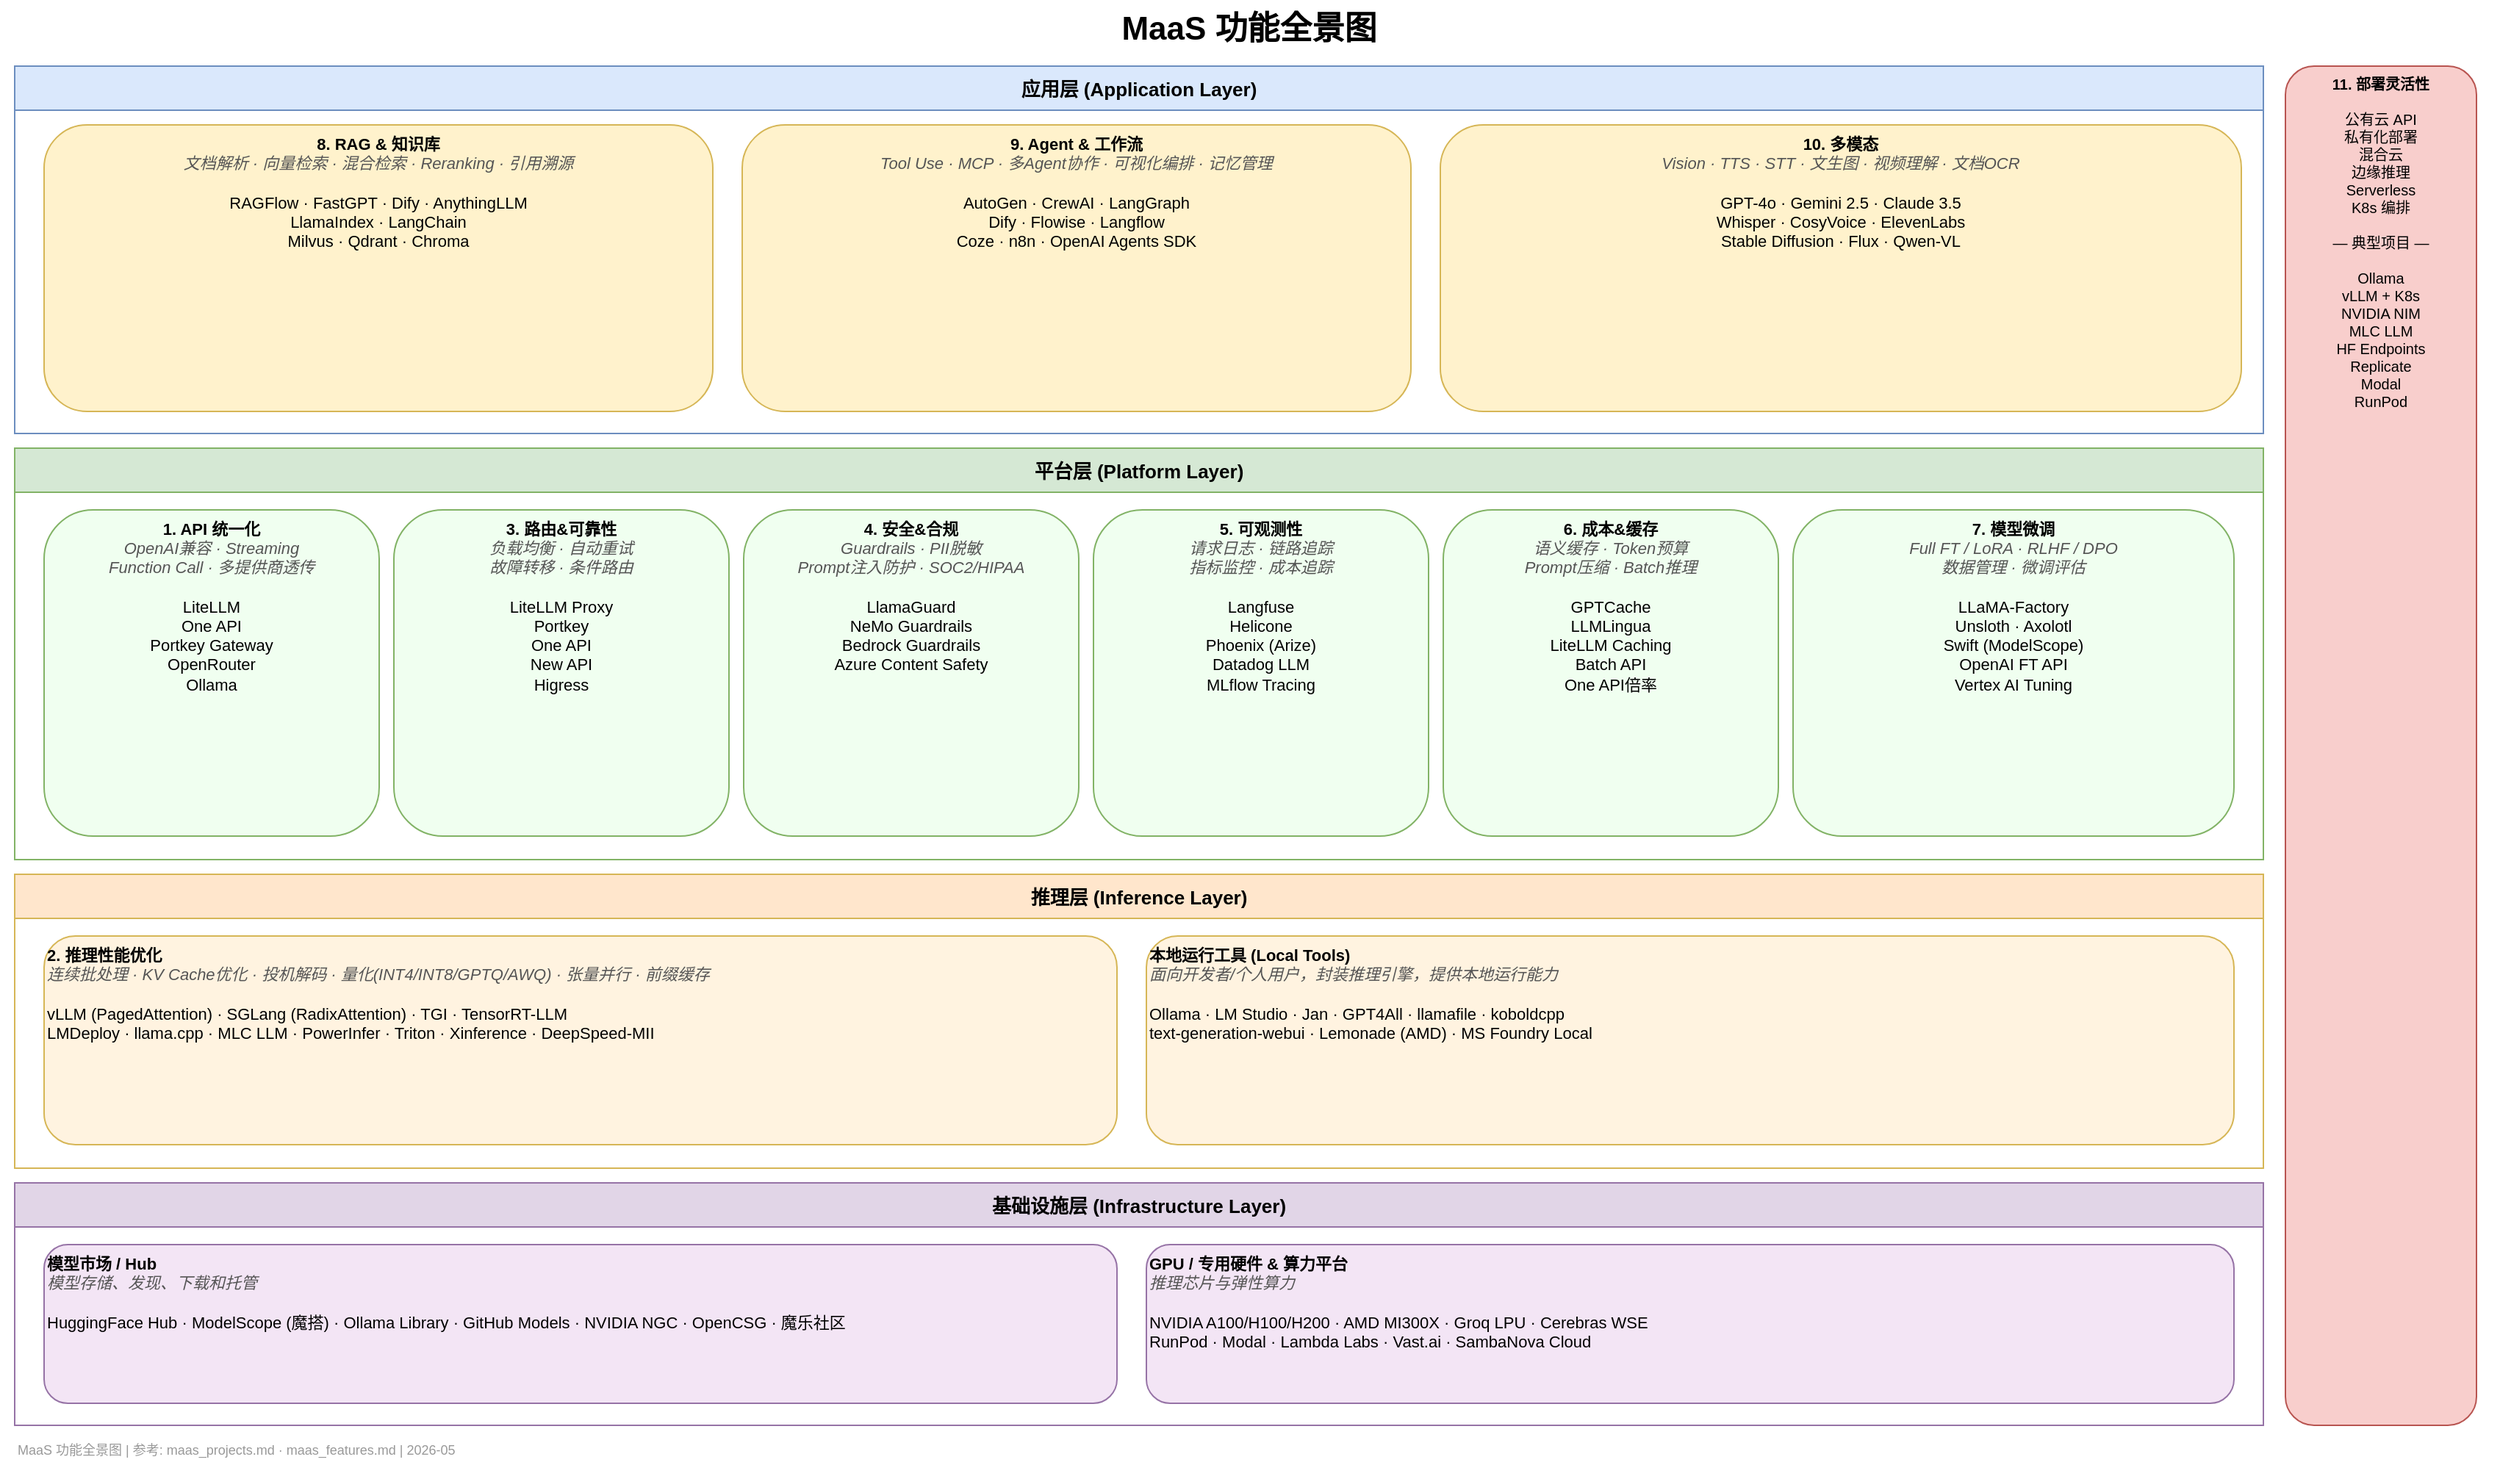
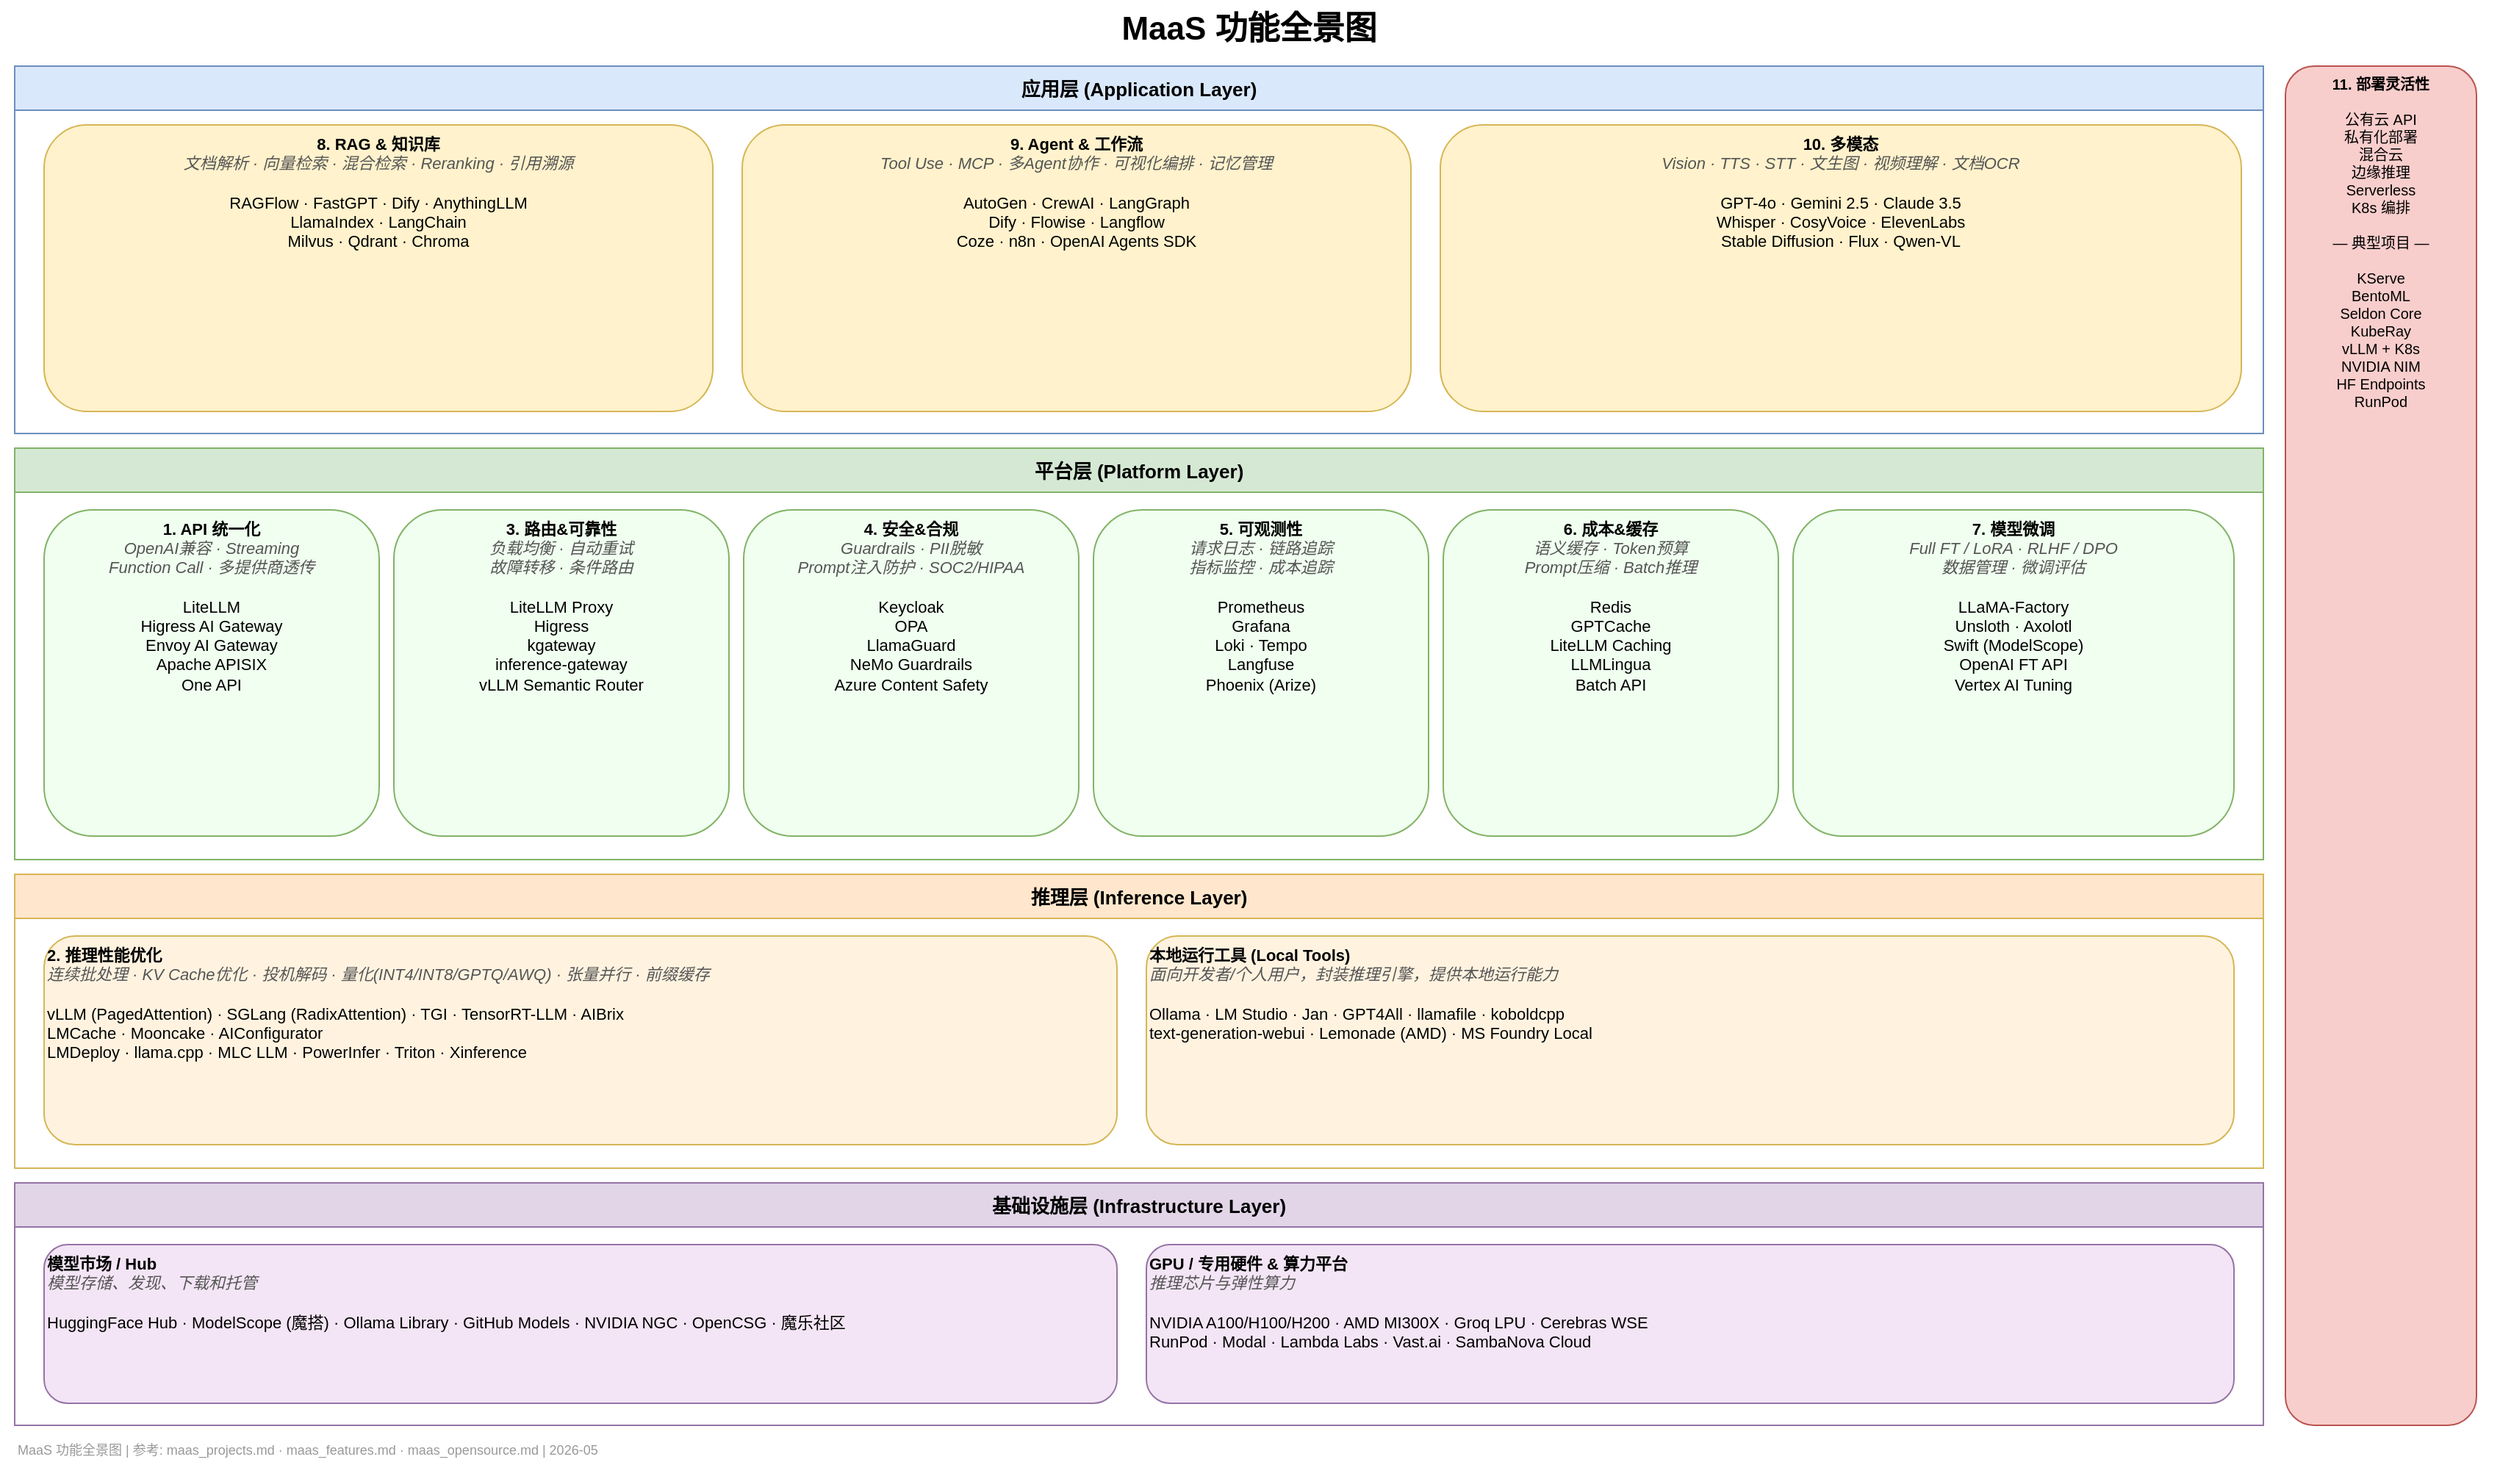
<?xml version="1.0" encoding="UTF-8"?>
<mxfile host="app.diagrams.net" modified="2026-05-18T00:00:00.000Z" version="21.0.8">
  <diagram id="maas-feature-landscape" name="MaaS功能全景">
    <mxGraphModel dx="1422" dy="762" grid="0" gridSize="10" guides="1" tooltips="1" connect="1" arrows="1" fold="1" page="0" pageScale="1" pageWidth="1700" pageHeight="1010" math="0" shadow="0">
      <root>
        <mxCell id="0" />
        <mxCell id="1" parent="0" />

        <!-- Title -->
        <mxCell id="2" value="MaaS 功能全景图" style="text;html=1;strokeColor=none;fillColor=none;align=center;verticalAlign=middle;whiteSpace=wrap;fontSize=22;fontStyle=1;" vertex="1" parent="1">
          <mxGeometry x="0" y="10" width="1700" height="40" as="geometry" />
        </mxCell>

        <!-- ═══════════ Application Layer ═══════════ -->
        <mxCell id="3" value="应用层  (Application Layer)" style="swimlane;fillColor=#dae8fc;strokeColor=#6c8ebf;fontStyle=1;fontSize=13;startSize=30;" vertex="1" parent="1">
          <mxGeometry x="10" y="55" width="1530" height="250" as="geometry" />
        </mxCell>

        <mxCell id="11" value="&lt;b&gt;8. RAG &amp; 知识库&lt;/b&gt;&lt;br&gt;&lt;font color=&quot;#555555&quot;&gt;&lt;i&gt;文档解析 · 向量检索 · 混合检索 · Reranking · 引用溯源&lt;/i&gt;&lt;/font&gt;&lt;br&gt;&lt;br&gt;RAGFlow · FastGPT · Dify · AnythingLLM&lt;br&gt;LlamaIndex · LangChain&lt;br&gt;Milvus · Qdrant · Chroma" style="rounded=1;whiteSpace=wrap;html=1;fillColor=#fff2cc;strokeColor=#d6b656;verticalAlign=top;fontSize=11;" vertex="1" parent="3">
          <mxGeometry x="20" y="40" width="455" height="195" as="geometry" />
        </mxCell>

        <mxCell id="12" value="&lt;b&gt;9. Agent &amp; 工作流&lt;/b&gt;&lt;br&gt;&lt;font color=&quot;#555555&quot;&gt;&lt;i&gt;Tool Use · MCP · 多Agent协作 · 可视化编排 · 记忆管理&lt;/i&gt;&lt;/font&gt;&lt;br&gt;&lt;br&gt;AutoGen · CrewAI · LangGraph&lt;br&gt;Dify · Flowise · Langflow&lt;br&gt;Coze · n8n · OpenAI Agents SDK" style="rounded=1;whiteSpace=wrap;html=1;fillColor=#fff2cc;strokeColor=#d6b656;verticalAlign=top;fontSize=11;" vertex="1" parent="3">
          <mxGeometry x="495" y="40" width="455" height="195" as="geometry" />
        </mxCell>

        <mxCell id="13" value="&lt;b&gt;10. 多模态&lt;/b&gt;&lt;br&gt;&lt;font color=&quot;#555555&quot;&gt;&lt;i&gt;Vision · TTS · STT · 文生图 · 视频理解 · 文档OCR&lt;/i&gt;&lt;/font&gt;&lt;br&gt;&lt;br&gt;GPT-4o · Gemini 2.5 · Claude 3.5&lt;br&gt;Whisper · CosyVoice · ElevenLabs&lt;br&gt;Stable Diffusion · Flux · Qwen-VL" style="rounded=1;whiteSpace=wrap;html=1;fillColor=#fff2cc;strokeColor=#d6b656;verticalAlign=top;fontSize=11;" vertex="1" parent="3">
          <mxGeometry x="970" y="40" width="545" height="195" as="geometry" />
        </mxCell>

        <!-- ═══════════ Platform Layer ═══════════ -->
        <mxCell id="4" value="平台层  (Platform Layer)" style="swimlane;fillColor=#d5e8d4;strokeColor=#82b366;fontStyle=1;fontSize=13;startSize=30;" vertex="1" parent="1">
          <mxGeometry x="10" y="315" width="1530" height="280" as="geometry" />
        </mxCell>

-         <mxCell id="14" value="&lt;b&gt;1. API 统一化&lt;/b&gt;&lt;br&gt;&lt;font color=&quot;#555555&quot;&gt;&lt;i&gt;OpenAI兼容 · Streaming&lt;br&gt;Function Call · 多提供商透传&lt;/i&gt;&lt;/font&gt;&lt;br&gt;&lt;br&gt;LiteLLM&lt;br&gt;One API&lt;br&gt;Portkey Gateway&lt;br&gt;OpenRouter&lt;br&gt;Ollama" style="rounded=1;whiteSpace=wrap;html=1;fillColor=#f0fff0;strokeColor=#82b366;verticalAlign=top;fontSize=11;" vertex="1" parent="4">
+         <mxCell id="14" value="&lt;b&gt;1. API 统一化&lt;/b&gt;&lt;br&gt;&lt;font color=&quot;#555555&quot;&gt;&lt;i&gt;OpenAI兼容 · Streaming&lt;br&gt;Function Call · 多提供商透传&lt;/i&gt;&lt;/font&gt;&lt;br&gt;&lt;br&gt;LiteLLM&lt;br&gt;Higress AI Gateway&lt;br&gt;Envoy AI Gateway&lt;br&gt;Apache APISIX&lt;br&gt;One API" style="rounded=1;whiteSpace=wrap;html=1;fillColor=#f0fff0;strokeColor=#82b366;verticalAlign=top;fontSize=11;" vertex="1" parent="4">
          <mxGeometry x="20" y="42" width="228" height="222" as="geometry" />
        </mxCell>

-         <mxCell id="15" value="&lt;b&gt;3. 路由&amp;可靠性&lt;/b&gt;&lt;br&gt;&lt;font color=&quot;#555555&quot;&gt;&lt;i&gt;负载均衡 · 自动重试&lt;br&gt;故障转移 · 条件路由&lt;/i&gt;&lt;/font&gt;&lt;br&gt;&lt;br&gt;LiteLLM Proxy&lt;br&gt;Portkey&lt;br&gt;One API&lt;br&gt;New API&lt;br&gt;Higress" style="rounded=1;whiteSpace=wrap;html=1;fillColor=#f0fff0;strokeColor=#82b366;verticalAlign=top;fontSize=11;" vertex="1" parent="4">
+         <mxCell id="15" value="&lt;b&gt;3. 路由&amp;可靠性&lt;/b&gt;&lt;br&gt;&lt;font color=&quot;#555555&quot;&gt;&lt;i&gt;负载均衡 · 自动重试&lt;br&gt;故障转移 · 条件路由&lt;/i&gt;&lt;/font&gt;&lt;br&gt;&lt;br&gt;LiteLLM Proxy&lt;br&gt;Higress&lt;br&gt;kgateway&lt;br&gt;inference-gateway&lt;br&gt;vLLM Semantic Router" style="rounded=1;whiteSpace=wrap;html=1;fillColor=#f0fff0;strokeColor=#82b366;verticalAlign=top;fontSize=11;" vertex="1" parent="4">
          <mxGeometry x="258" y="42" width="228" height="222" as="geometry" />
        </mxCell>

-         <mxCell id="16" value="&lt;b&gt;4. 安全&amp;合规&lt;/b&gt;&lt;br&gt;&lt;font color=&quot;#555555&quot;&gt;&lt;i&gt;Guardrails · PII脱敏&lt;br&gt;Prompt注入防护 · SOC2/HIPAA&lt;/i&gt;&lt;/font&gt;&lt;br&gt;&lt;br&gt;LlamaGuard&lt;br&gt;NeMo Guardrails&lt;br&gt;Bedrock Guardrails&lt;br&gt;Azure Content Safety" style="rounded=1;whiteSpace=wrap;html=1;fillColor=#f0fff0;strokeColor=#82b366;verticalAlign=top;fontSize=11;" vertex="1" parent="4">
+         <mxCell id="16" value="&lt;b&gt;4. 安全&amp;合规&lt;/b&gt;&lt;br&gt;&lt;font color=&quot;#555555&quot;&gt;&lt;i&gt;Guardrails · PII脱敏&lt;br&gt;Prompt注入防护 · SOC2/HIPAA&lt;/i&gt;&lt;/font&gt;&lt;br&gt;&lt;br&gt;Keycloak&lt;br&gt;OPA&lt;br&gt;LlamaGuard&lt;br&gt;NeMo Guardrails&lt;br&gt;Azure Content Safety" style="rounded=1;whiteSpace=wrap;html=1;fillColor=#f0fff0;strokeColor=#82b366;verticalAlign=top;fontSize=11;" vertex="1" parent="4">
          <mxGeometry x="496" y="42" width="228" height="222" as="geometry" />
        </mxCell>

-         <mxCell id="17" value="&lt;b&gt;5. 可观测性&lt;/b&gt;&lt;br&gt;&lt;font color=&quot;#555555&quot;&gt;&lt;i&gt;请求日志 · 链路追踪&lt;br&gt;指标监控 · 成本追踪&lt;/i&gt;&lt;/font&gt;&lt;br&gt;&lt;br&gt;Langfuse&lt;br&gt;Helicone&lt;br&gt;Phoenix (Arize)&lt;br&gt;Datadog LLM&lt;br&gt;MLflow Tracing" style="rounded=1;whiteSpace=wrap;html=1;fillColor=#f0fff0;strokeColor=#82b366;verticalAlign=top;fontSize=11;" vertex="1" parent="4">
+         <mxCell id="17" value="&lt;b&gt;5. 可观测性&lt;/b&gt;&lt;br&gt;&lt;font color=&quot;#555555&quot;&gt;&lt;i&gt;请求日志 · 链路追踪&lt;br&gt;指标监控 · 成本追踪&lt;/i&gt;&lt;/font&gt;&lt;br&gt;&lt;br&gt;Prometheus&lt;br&gt;Grafana&lt;br&gt;Loki · Tempo&lt;br&gt;Langfuse&lt;br&gt;Phoenix (Arize)" style="rounded=1;whiteSpace=wrap;html=1;fillColor=#f0fff0;strokeColor=#82b366;verticalAlign=top;fontSize=11;" vertex="1" parent="4">
          <mxGeometry x="734" y="42" width="228" height="222" as="geometry" />
        </mxCell>

-         <mxCell id="18" value="&lt;b&gt;6. 成本&amp;缓存&lt;/b&gt;&lt;br&gt;&lt;font color=&quot;#555555&quot;&gt;&lt;i&gt;语义缓存 · Token预算&lt;br&gt;Prompt压缩 · Batch推理&lt;/i&gt;&lt;/font&gt;&lt;br&gt;&lt;br&gt;GPTCache&lt;br&gt;LLMLingua&lt;br&gt;LiteLLM Caching&lt;br&gt;Batch API&lt;br&gt;One API倍率" style="rounded=1;whiteSpace=wrap;html=1;fillColor=#f0fff0;strokeColor=#82b366;verticalAlign=top;fontSize=11;" vertex="1" parent="4">
+         <mxCell id="18" value="&lt;b&gt;6. 成本&amp;缓存&lt;/b&gt;&lt;br&gt;&lt;font color=&quot;#555555&quot;&gt;&lt;i&gt;语义缓存 · Token预算&lt;br&gt;Prompt压缩 · Batch推理&lt;/i&gt;&lt;/font&gt;&lt;br&gt;&lt;br&gt;Redis&lt;br&gt;GPTCache&lt;br&gt;LiteLLM Caching&lt;br&gt;LLMLingua&lt;br&gt;Batch API" style="rounded=1;whiteSpace=wrap;html=1;fillColor=#f0fff0;strokeColor=#82b366;verticalAlign=top;fontSize=11;" vertex="1" parent="4">
          <mxGeometry x="972" y="42" width="228" height="222" as="geometry" />
        </mxCell>

        <mxCell id="19" value="&lt;b&gt;7. 模型微调&lt;/b&gt;&lt;br&gt;&lt;font color=&quot;#555555&quot;&gt;&lt;i&gt;Full FT / LoRA · RLHF / DPO&lt;br&gt;数据管理 · 微调评估&lt;/i&gt;&lt;/font&gt;&lt;br&gt;&lt;br&gt;LLaMA-Factory&lt;br&gt;Unsloth · Axolotl&lt;br&gt;Swift (ModelScope)&lt;br&gt;OpenAI FT API&lt;br&gt;Vertex AI Tuning" style="rounded=1;whiteSpace=wrap;html=1;fillColor=#f0fff0;strokeColor=#82b366;verticalAlign=top;fontSize=11;" vertex="1" parent="4">
          <mxGeometry x="1210" y="42" width="300" height="222" as="geometry" />
        </mxCell>

        <!-- ═══════════ Inference Layer ═══════════ -->
        <mxCell id="5" value="推理层  (Inference Layer)" style="swimlane;fillColor=#ffe6cc;strokeColor=#d6b656;fontStyle=1;fontSize=13;startSize=30;" vertex="1" parent="1">
          <mxGeometry x="10" y="605" width="1530" height="200" as="geometry" />
        </mxCell>

-         <mxCell id="20" value="&lt;b&gt;2. 推理性能优化&lt;/b&gt;&lt;br&gt;&lt;font color=&quot;#555555&quot;&gt;&lt;i&gt;连续批处理 · KV Cache优化 · 投机解码 · 量化(INT4/INT8/GPTQ/AWQ) · 张量并行 · 前缀缓存&lt;/i&gt;&lt;/font&gt;&lt;br&gt;&lt;br&gt;vLLM (PagedAttention) · SGLang (RadixAttention) · TGI · TensorRT-LLM&lt;br&gt;LMDeploy · llama.cpp · MLC LLM · PowerInfer · Triton · Xinference · DeepSpeed-MII" style="rounded=1;whiteSpace=wrap;html=1;fillColor=#fff3e0;strokeColor=#d6b656;verticalAlign=top;fontSize=11;align=left;" vertex="1" parent="5">
+         <mxCell id="20" value="&lt;b&gt;2. 推理性能优化&lt;/b&gt;&lt;br&gt;&lt;font color=&quot;#555555&quot;&gt;&lt;i&gt;连续批处理 · KV Cache优化 · 投机解码 · 量化(INT4/INT8/GPTQ/AWQ) · 张量并行 · 前缀缓存&lt;/i&gt;&lt;/font&gt;&lt;br&gt;&lt;br&gt;vLLM (PagedAttention) · SGLang (RadixAttention) · TGI · TensorRT-LLM · AIBrix&lt;br&gt;LMCache · Mooncake · AIConfigurator&lt;br&gt;LMDeploy · llama.cpp · MLC LLM · PowerInfer · Triton · Xinference" style="rounded=1;whiteSpace=wrap;html=1;fillColor=#fff3e0;strokeColor=#d6b656;verticalAlign=top;fontSize=11;align=left;" vertex="1" parent="5">
          <mxGeometry x="20" y="42" width="730" height="142" as="geometry" />
        </mxCell>

        <mxCell id="21" value="&lt;b&gt;本地运行工具 (Local Tools)&lt;/b&gt;&lt;br&gt;&lt;font color=&quot;#555555&quot;&gt;&lt;i&gt;面向开发者/个人用户，封装推理引擎，提供本地运行能力&lt;/i&gt;&lt;/font&gt;&lt;br&gt;&lt;br&gt;Ollama · LM Studio · Jan · GPT4All · llamafile · koboldcpp&lt;br&gt;text-generation-webui · Lemonade (AMD) · MS Foundry Local" style="rounded=1;whiteSpace=wrap;html=1;fillColor=#fff3e0;strokeColor=#d6b656;verticalAlign=top;fontSize=11;align=left;" vertex="1" parent="5">
          <mxGeometry x="770" y="42" width="740" height="142" as="geometry" />
        </mxCell>

        <!-- ═══════════ Infrastructure Layer ═══════════ -->
        <mxCell id="6" value="基础设施层  (Infrastructure Layer)" style="swimlane;fillColor=#e1d5e7;strokeColor=#9673a6;fontStyle=1;fontSize=13;startSize=30;" vertex="1" parent="1">
          <mxGeometry x="10" y="815" width="1530" height="165" as="geometry" />
        </mxCell>

        <mxCell id="22" value="&lt;b&gt;模型市场 / Hub&lt;/b&gt;&lt;br&gt;&lt;font color=&quot;#555555&quot;&gt;&lt;i&gt;模型存储、发现、下载和托管&lt;/i&gt;&lt;/font&gt;&lt;br&gt;&lt;br&gt;HuggingFace Hub · ModelScope (魔搭) · Ollama Library · GitHub Models · NVIDIA NGC · OpenCSG · 魔乐社区" style="rounded=1;whiteSpace=wrap;html=1;fillColor=#f3e5f5;strokeColor=#9673a6;verticalAlign=top;fontSize=11;align=left;" vertex="1" parent="6">
          <mxGeometry x="20" y="42" width="730" height="108" as="geometry" />
        </mxCell>

        <mxCell id="23" value="&lt;b&gt;GPU / 专用硬件 &amp; 算力平台&lt;/b&gt;&lt;br&gt;&lt;font color=&quot;#555555&quot;&gt;&lt;i&gt;推理芯片与弹性算力&lt;/i&gt;&lt;/font&gt;&lt;br&gt;&lt;br&gt;NVIDIA A100/H100/H200 · AMD MI300X · Groq LPU · Cerebras WSE&lt;br&gt;RunPod · Modal · Lambda Labs · Vast.ai · SambaNova Cloud" style="rounded=1;whiteSpace=wrap;html=1;fillColor=#f3e5f5;strokeColor=#9673a6;verticalAlign=top;fontSize=11;align=left;" vertex="1" parent="6">
          <mxGeometry x="770" y="42" width="740" height="108" as="geometry" />
        </mxCell>

        <!-- ═══════════ Deployment Flexibility (Right Sidebar) ═══════════ -->
-         <mxCell id="24" value="&lt;b&gt;11. 部署灵活性&lt;/b&gt;&lt;br&gt;&lt;br&gt;公有云 API&lt;br&gt;私有化部署&lt;br&gt;混合云&lt;br&gt;边缘推理&lt;br&gt;Serverless&lt;br&gt;K8s 编排&lt;br&gt;&lt;br&gt;— 典型项目 —&lt;br&gt;&lt;br&gt;Ollama&lt;br&gt;vLLM + K8s&lt;br&gt;NVIDIA NIM&lt;br&gt;MLC LLM&lt;br&gt;HF Endpoints&lt;br&gt;Replicate&lt;br&gt;Modal&lt;br&gt;RunPod" style="rounded=1;whiteSpace=wrap;html=1;fillColor=#f8cecc;strokeColor=#b85450;verticalAlign=top;fontSize=10;align=center;" vertex="1" parent="1">
+         <mxCell id="24" value="&lt;b&gt;11. 部署灵活性&lt;/b&gt;&lt;br&gt;&lt;br&gt;公有云 API&lt;br&gt;私有化部署&lt;br&gt;混合云&lt;br&gt;边缘推理&lt;br&gt;Serverless&lt;br&gt;K8s 编排&lt;br&gt;&lt;br&gt;— 典型项目 —&lt;br&gt;&lt;br&gt;KServe&lt;br&gt;BentoML&lt;br&gt;Seldon Core&lt;br&gt;KubeRay&lt;br&gt;vLLM + K8s&lt;br&gt;NVIDIA NIM&lt;br&gt;HF Endpoints&lt;br&gt;RunPod" style="rounded=1;whiteSpace=wrap;html=1;fillColor=#f8cecc;strokeColor=#b85450;verticalAlign=top;fontSize=10;align=center;" vertex="1" parent="1">
          <mxGeometry x="1555" y="55" width="130" height="925" as="geometry" />
        </mxCell>

        <!-- Footer -->
-         <mxCell id="25" value="MaaS 功能全景图 | 参考: maas_projects.md · maas_features.md | 2026-05" style="text;html=1;strokeColor=none;fillColor=none;align=left;verticalAlign=middle;fontSize=9;fontColor=#999999;" vertex="1" parent="1">
+         <mxCell id="25" value="MaaS 功能全景图 | 参考: maas_projects.md · maas_features.md · maas_opensource.md | 2026-05" style="text;html=1;strokeColor=none;fillColor=none;align=left;verticalAlign=middle;fontSize=9;fontColor=#999999;" vertex="1" parent="1">
          <mxGeometry x="10" y="988" width="900" height="18" as="geometry" />
        </mxCell>

      </root>
    </mxGraphModel>
  </diagram>
</mxfile>
